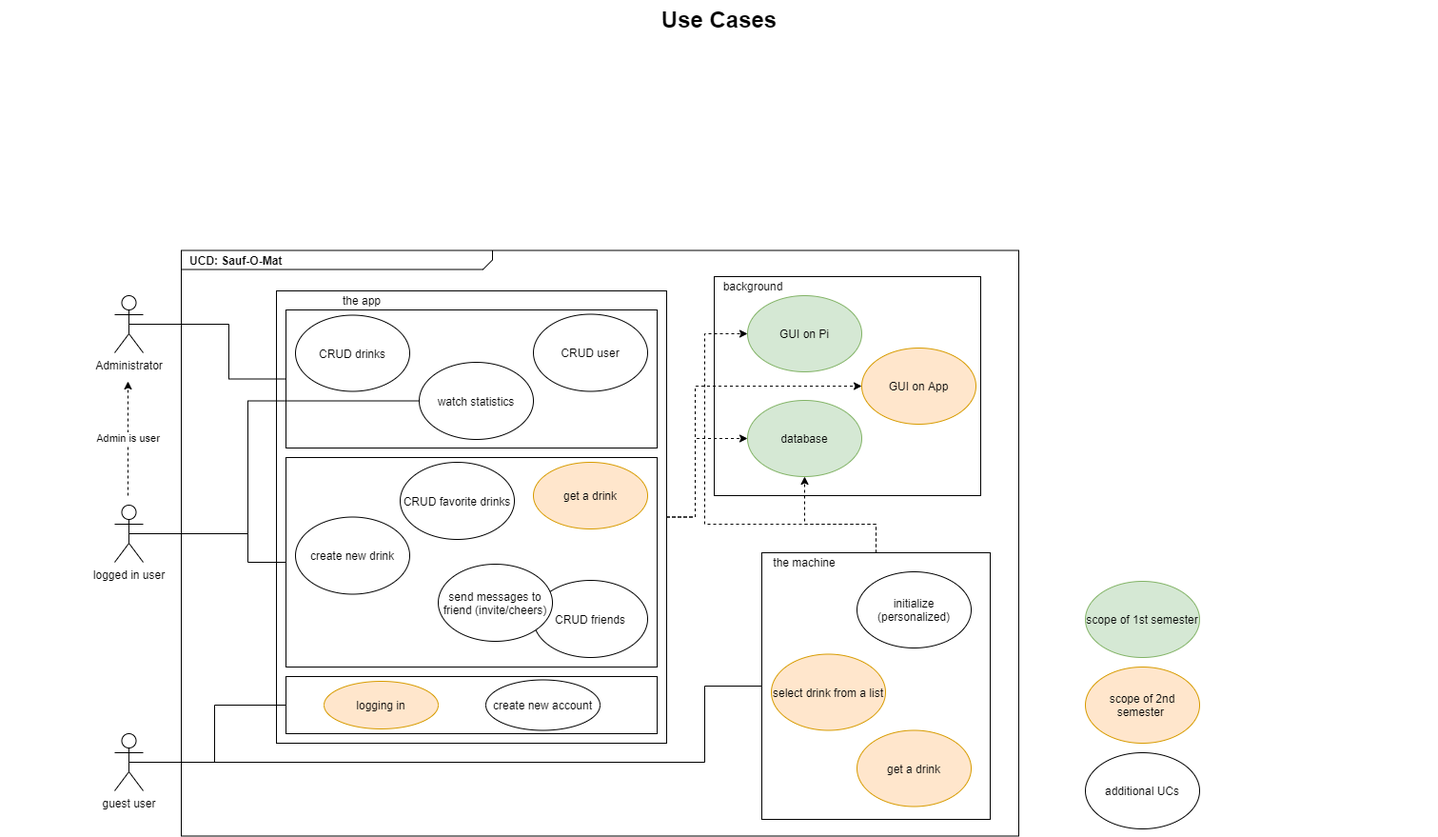
Before: UseCaseDiagram.png, a diagram exported from draw.io (TheLordXII/OneTouch). Source tidied: cells renumbered, new cells last; positions are measured from the earlier drawing's top-left corner, leaving out a move shared by most shapes.
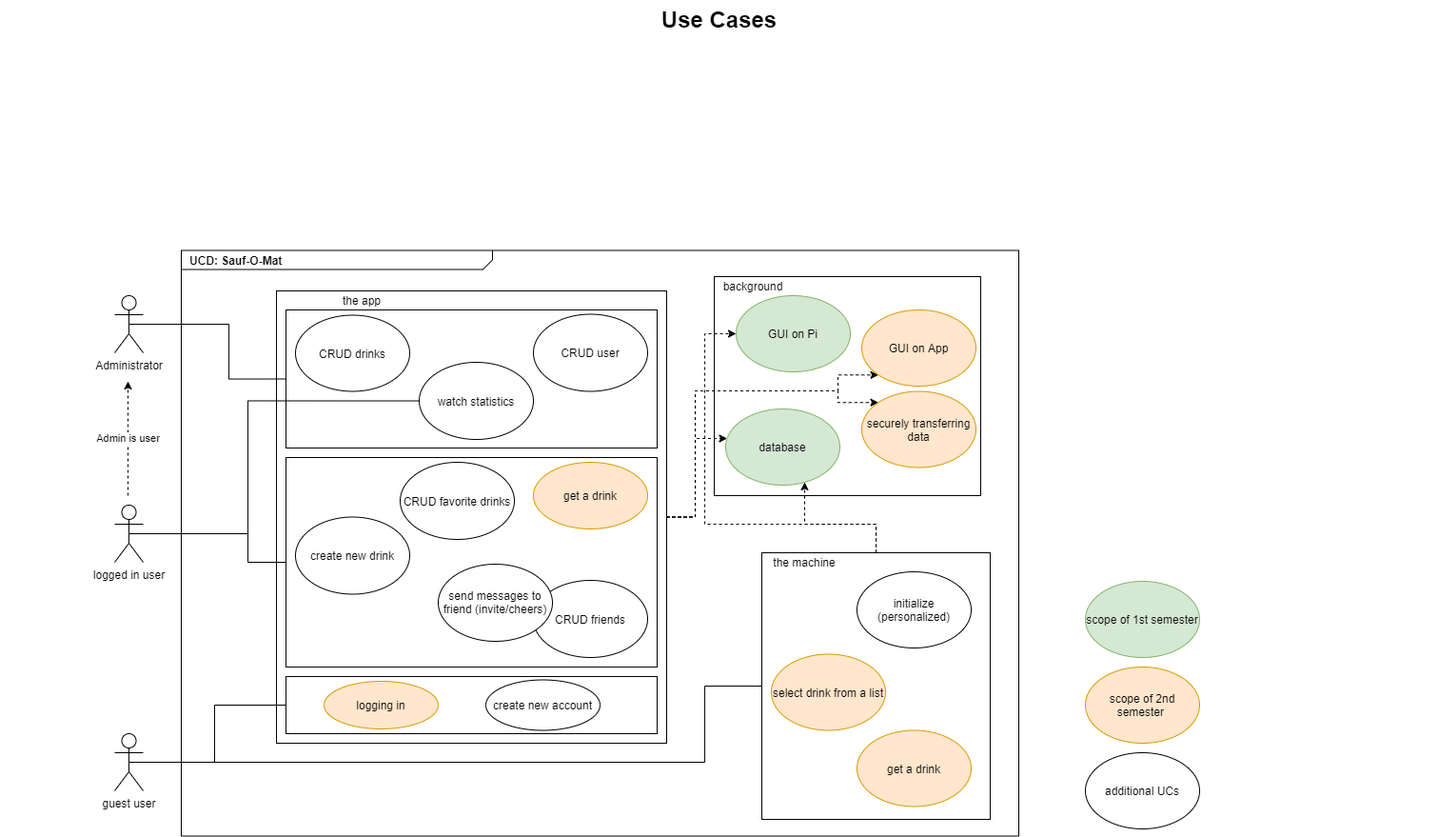
The same file after the commit.

Change to the diagram source:
```diff
@@ -16,14 +16,26 @@
         </Array>
       </mxGeometry>
     </mxCell>
-    <mxCell id="5" style="edgeStyle=orthogonalEdgeStyle;rounded=0;jettySize=auto;html=1;dashed=1;" parent="1" edge="1" source="6" target="42">
+    <mxCell id="5" style="edgeStyle=orthogonalEdgeStyle;rounded=0;jettySize=auto;html=1;dashed=1;entryX=0;entryY=1;entryDx=0;entryDy=0;" parent="1" edge="1" source="6" target="42">
       <mxGeometry relative="1" as="geometry">
         <Array as="points">
           <mxPoint x="730" y="543" />
-          <mxPoint x="730" y="405" />
+          <mxPoint x="730" y="410" />
+          <mxPoint x="880" y="410" />
+          <mxPoint x="880" y="393" />
         </Array>
       </mxGeometry>
     </mxCell>
+    <mxCell id="45" style="edgeStyle=orthogonalEdgeStyle;rounded=0;jettySize=auto;html=1;exitX=1;exitY=0.5;exitDx=0;exitDy=0;entryX=0;entryY=0;entryDx=0;entryDy=0;dashed=1;" parent="1" edge="1" source="6" target="46">
+      <mxGeometry relative="1" as="geometry">
+        <Array as="points">
+          <mxPoint x="730" y="543" />
+          <mxPoint x="730" y="410" />
+          <mxPoint x="880" y="410" />
+          <mxPoint x="880" y="422" />
+        </Array>
+      </mxGeometry>
+    </mxCell>
     <mxCell id="6" style="rounded=0;whiteSpace=wrap;html=1;" parent="1" vertex="1">
       <mxGeometry x="290" y="305" width="410" height="475" as="geometry" />
     </mxCell>
@@ -161,13 +173,13 @@
       <mxGeometry x="752" y="290" width="78" height="20" as="geometry" />
     </mxCell>
     <mxCell id="40" value="GUI on Pi" style="ellipse;whiteSpace=wrap;html=1;fillColor=#d5e8d4;strokeColor=#82b366;" parent="1" vertex="1">
-      <mxGeometry x="785" y="310" width="120" height="80" as="geometry" />
+      <mxGeometry x="773" y="310" width="120" height="80" as="geometry" />
     </mxCell>
     <mxCell id="41" value="database" style="ellipse;whiteSpace=wrap;html=1;fillColor=#d5e8d4;strokeColor=#82b366;" parent="1" vertex="1">
-      <mxGeometry x="785" y="420" width="120" height="80" as="geometry" />
+      <mxGeometry x="762" y="429" width="120" height="80" as="geometry" />
     </mxCell>
     <mxCell id="42" value="GUI on App" style="ellipse;whiteSpace=wrap;html=1;fillColor=#ffe6cc;strokeColor=#d79b00;" parent="1" vertex="1">
-      <mxGeometry x="905" y="365" width="120" height="80" as="geometry" />
+      <mxGeometry x="905" y="325" width="120" height="80" as="geometry" />
     </mxCell>
     <mxCell id="43" value="scope of 2nd semester&amp;nbsp;" style="ellipse;whiteSpace=wrap;html=1;fillColor=#ffe6cc;strokeColor=#d79b00;" parent="1" vertex="1">
       <mxGeometry x="1140" y="700" width="120" height="80" as="geometry" />
@@ -175,5 +187,8 @@
     <mxCell id="44" value="scope of 1st semester" style="ellipse;whiteSpace=wrap;html=1;fillColor=#d5e8d4;strokeColor=#82b366;" parent="1" vertex="1">
       <mxGeometry x="1140" y="610" width="120" height="80" as="geometry" />
     </mxCell>
+    <mxCell id="46" value="securely transferring data" style="ellipse;whiteSpace=wrap;html=1;fillColor=#ffe6cc;strokeColor=#d79b00;" parent="1" vertex="1">
+      <mxGeometry x="905" y="410.5" width="120" height="80" as="geometry" />
+    </mxCell>
   </root>
 </mxGraphModel>
```
